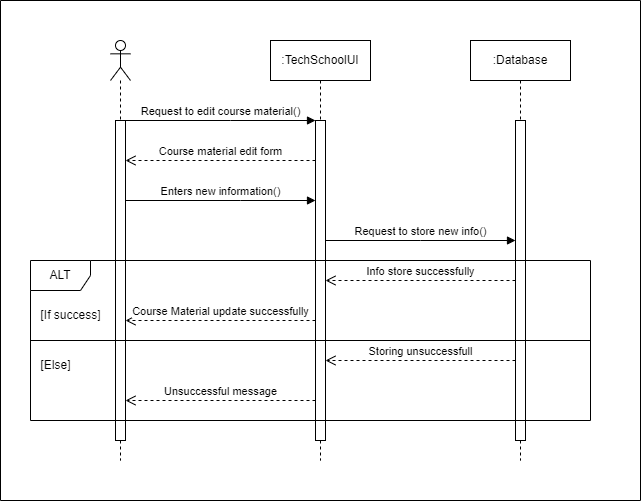
This is Materials/Sequence Diagrams/SD_Edit Course Material.png from iprosenjitp/Tech-School, a draw.io export, as it was before one commit. Source tidied: cells renumbered, new cells last; positions are measured from the earlier drawing's top-left corner, leaving out a move shared by most shapes. Its diagram source:
```xml
<mxGraphModel background="#ffffff">
  <root>
    <mxCell id="0" />
    <mxCell id="1" parent="0" />
    <mxCell id="2" style="shape=umlLifeline;perimeter=lifelinePerimeter;whiteSpace=wrap;html=1;newEdgeStyle={&quot;curved&quot;:0,&quot;rounded&quot;:0};participant=umlActor;" parent="1" vertex="1">
      <mxGeometry x="110" y="40" width="20" height="420" as="geometry" />
    </mxCell>
    <mxCell id="3" style="html=1;points=[[0,0,0,0,5],[0,1,0,0,-5],[1,0,0,0,5],[1,1,0,0,-5]];perimeter=orthogonalPerimeter;outlineConnect=0;targetShapes=umlLifeline;portConstraint=eastwest;newEdgeStyle={&quot;curved&quot;:0,&quot;rounded&quot;:0};" parent="2" vertex="1">
      <mxGeometry x="5" y="80" width="10" height="320" as="geometry" />
    </mxCell>
    <mxCell id="4" value=":TechSchoolUI" style="shape=umlLifeline;perimeter=lifelinePerimeter;whiteSpace=wrap;html=1;newEdgeStyle={&quot;curved&quot;:0,&quot;rounded&quot;:0};" parent="1" vertex="1">
      <mxGeometry x="270" y="40" width="100" height="420" as="geometry" />
    </mxCell>
    <mxCell id="5" style="html=1;points=[[0,0,0,0,5],[0,1,0,0,-5],[1,0,0,0,5],[1,1,0,0,-5]];perimeter=orthogonalPerimeter;outlineConnect=0;targetShapes=umlLifeline;portConstraint=eastwest;newEdgeStyle={&quot;curved&quot;:0,&quot;rounded&quot;:0};" parent="4" vertex="1">
      <mxGeometry x="45" y="80" width="10" height="320" as="geometry" />
    </mxCell>
    <mxCell id="6" value=":Database" style="shape=umlLifeline;perimeter=lifelinePerimeter;whiteSpace=wrap;html=1;newEdgeStyle={&quot;curved&quot;:0,&quot;rounded&quot;:0};" parent="1" vertex="1">
      <mxGeometry x="470" y="40" width="100" height="420" as="geometry" />
    </mxCell>
    <mxCell id="7" style="html=1;points=[[0,0,0,0,5],[0,1,0,0,-5],[1,0,0,0,5],[1,1,0,0,-5]];perimeter=orthogonalPerimeter;outlineConnect=0;targetShapes=umlLifeline;portConstraint=eastwest;newEdgeStyle={&quot;curved&quot;:0,&quot;rounded&quot;:0};" parent="6" vertex="1">
      <mxGeometry x="45" y="80" width="10" height="320" as="geometry" />
    </mxCell>
    <mxCell id="8" value="Request to edit course material()" style="html=1;verticalAlign=bottom;endArrow=block;curved=0;rounded=0;" parent="1" edge="1" source="3" target="5">
      <mxGeometry relative="1" as="geometry">
        <Array as="points">
          <mxPoint x="230" y="120" />
        </Array>
      </mxGeometry>
    </mxCell>
    <mxCell id="9" value="Course material edit form" style="html=1;verticalAlign=bottom;endArrow=open;dashed=1;endSize=8;curved=0;rounded=0;" parent="1" edge="1" source="5" target="3">
      <mxGeometry relative="1" as="geometry">
        <Array as="points">
          <mxPoint x="220" y="160" />
        </Array>
      </mxGeometry>
    </mxCell>
    <mxCell id="10" value="Enters new information()" style="html=1;verticalAlign=bottom;endArrow=block;curved=0;rounded=0;" parent="1" edge="1" source="3" target="5">
      <mxGeometry relative="1" as="geometry">
        <Array as="points">
          <mxPoint x="240" y="200" />
        </Array>
      </mxGeometry>
    </mxCell>
    <mxCell id="11" value="Request to store new info()" style="html=1;verticalAlign=bottom;endArrow=block;curved=0;rounded=0;" parent="1" edge="1" source="5" target="7">
      <mxGeometry relative="1" as="geometry">
        <Array as="points">
          <mxPoint x="420" y="240" />
        </Array>
      </mxGeometry>
    </mxCell>
    <mxCell id="12" value="ALT" style="shape=umlFrame;whiteSpace=wrap;html=1;" parent="1" vertex="1">
      <mxGeometry x="30" y="260" width="560" height="160" as="geometry" />
    </mxCell>
    <mxCell id="13" value="Info store successfully" style="html=1;verticalAlign=bottom;endArrow=open;dashed=1;endSize=8;curved=0;rounded=0;" parent="1" edge="1" source="7" target="5">
      <mxGeometry relative="1" as="geometry">
        <Array as="points">
          <mxPoint x="420" y="280" />
        </Array>
      </mxGeometry>
    </mxCell>
    <mxCell id="14" value="Course Material update successfully" style="html=1;verticalAlign=bottom;endArrow=open;dashed=1;endSize=8;curved=0;rounded=0;" parent="1" edge="1" source="5" target="3">
      <mxGeometry relative="1" as="geometry">
        <Array as="points">
          <mxPoint x="220" y="320" />
        </Array>
      </mxGeometry>
    </mxCell>
    <mxCell id="15" value="Storing unsuccessfull" style="html=1;verticalAlign=bottom;endArrow=open;dashed=1;endSize=8;curved=0;rounded=0;" parent="1" edge="1">
      <mxGeometry relative="1" as="geometry">
        <mxPoint x="515" y="360" as="sourcePoint" />
        <mxPoint x="325" y="360" as="targetPoint" />
      </mxGeometry>
    </mxCell>
    <mxCell id="16" value="Unsuccessful message" style="html=1;verticalAlign=bottom;endArrow=open;dashed=1;endSize=8;curved=0;rounded=0;" parent="1" edge="1" source="5" target="3">
      <mxGeometry relative="1" as="geometry">
        <Array as="points">
          <mxPoint x="220" y="400" />
        </Array>
      </mxGeometry>
    </mxCell>
    <mxCell id="17" style="swimlane;startSize=0;" parent="1" vertex="1">
      <mxGeometry width="640" height="500" as="geometry" />
    </mxCell>
    <mxCell id="18" value="[If success]" style="text;html=1;align=center;verticalAlign=middle;strokeColor=none;fillColor=none;" parent="17" vertex="1">
      <mxGeometry x="30" y="300" width="80" height="30" as="geometry" />
    </mxCell>
    <mxCell id="19" value="[Else]" style="text;html=1;align=center;verticalAlign=middle;strokeColor=none;fillColor=none;" parent="17" vertex="1">
      <mxGeometry x="30" y="350" width="50" height="30" as="geometry" />
    </mxCell>
    <mxCell id="20" style="line;strokeWidth=1;fillColor=none;align=left;verticalAlign=middle;spacingTop=-1;spacingLeft=3;spacingRight=3;labelPosition=right;strokeColor=inherit;" parent="1" vertex="1">
      <mxGeometry x="30" y="336" width="560" height="8" as="geometry" />
    </mxCell>
  </root>
</mxGraphModel>
```
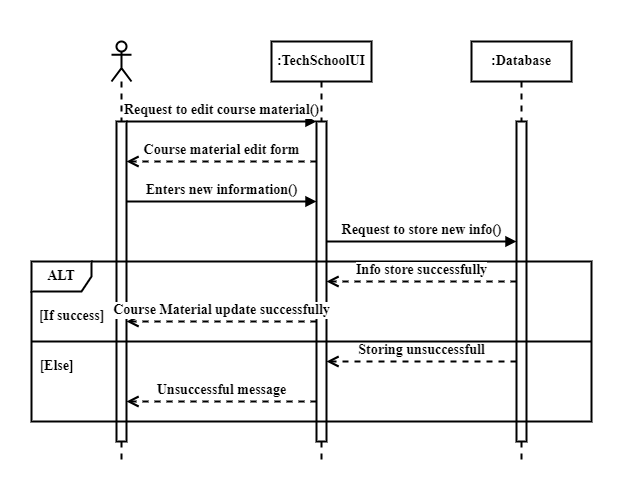
Later version of the same file.

Diff of the diagram source:
```diff
@@ -2,92 +2,92 @@
   <root>
     <mxCell id="0" />
     <mxCell id="1" parent="0" />
-    <mxCell id="2" style="shape=umlLifeline;perimeter=lifelinePerimeter;whiteSpace=wrap;html=1;newEdgeStyle={&quot;curved&quot;:0,&quot;rounded&quot;:0};participant=umlActor;" parent="1" vertex="1">
+    <mxCell id="2" style="shape=umlLifeline;perimeter=lifelinePerimeter;whiteSpace=wrap;html=1;newEdgeStyle={&quot;curved&quot;:0,&quot;rounded&quot;:0};participant=umlActor;strokeWidth=2;fontFamily=Times New Roman;fontStyle=1;fontSize=14;" parent="1" vertex="1">
       <mxGeometry x="110" y="40" width="20" height="420" as="geometry" />
     </mxCell>
-    <mxCell id="3" style="html=1;points=[[0,0,0,0,5],[0,1,0,0,-5],[1,0,0,0,5],[1,1,0,0,-5]];perimeter=orthogonalPerimeter;outlineConnect=0;targetShapes=umlLifeline;portConstraint=eastwest;newEdgeStyle={&quot;curved&quot;:0,&quot;rounded&quot;:0};" parent="2" vertex="1">
+    <mxCell id="3" style="html=1;points=[[0,0,0,0,5],[0,1,0,0,-5],[1,0,0,0,5],[1,1,0,0,-5]];perimeter=orthogonalPerimeter;outlineConnect=0;targetShapes=umlLifeline;portConstraint=eastwest;newEdgeStyle={&quot;curved&quot;:0,&quot;rounded&quot;:0};strokeWidth=2;fontFamily=Times New Roman;fontStyle=1;fontSize=14;" parent="2" vertex="1">
       <mxGeometry x="5" y="80" width="10" height="320" as="geometry" />
     </mxCell>
-    <mxCell id="4" value=":TechSchoolUI" style="shape=umlLifeline;perimeter=lifelinePerimeter;whiteSpace=wrap;html=1;newEdgeStyle={&quot;curved&quot;:0,&quot;rounded&quot;:0};" parent="1" vertex="1">
+    <mxCell id="4" value=":TechSchoolUI" style="shape=umlLifeline;perimeter=lifelinePerimeter;whiteSpace=wrap;html=1;newEdgeStyle={&quot;curved&quot;:0,&quot;rounded&quot;:0};strokeWidth=2;fontFamily=Times New Roman;fontStyle=1;fontSize=14;" parent="1" vertex="1">
       <mxGeometry x="270" y="40" width="100" height="420" as="geometry" />
     </mxCell>
-    <mxCell id="5" style="html=1;points=[[0,0,0,0,5],[0,1,0,0,-5],[1,0,0,0,5],[1,1,0,0,-5]];perimeter=orthogonalPerimeter;outlineConnect=0;targetShapes=umlLifeline;portConstraint=eastwest;newEdgeStyle={&quot;curved&quot;:0,&quot;rounded&quot;:0};" parent="4" vertex="1">
+    <mxCell id="5" style="html=1;points=[[0,0,0,0,5],[0,1,0,0,-5],[1,0,0,0,5],[1,1,0,0,-5]];perimeter=orthogonalPerimeter;outlineConnect=0;targetShapes=umlLifeline;portConstraint=eastwest;newEdgeStyle={&quot;curved&quot;:0,&quot;rounded&quot;:0};strokeWidth=2;fontFamily=Times New Roman;fontStyle=1;fontSize=14;" parent="4" vertex="1">
       <mxGeometry x="45" y="80" width="10" height="320" as="geometry" />
     </mxCell>
-    <mxCell id="6" value=":Database" style="shape=umlLifeline;perimeter=lifelinePerimeter;whiteSpace=wrap;html=1;newEdgeStyle={&quot;curved&quot;:0,&quot;rounded&quot;:0};" parent="1" vertex="1">
+    <mxCell id="6" value=":Database" style="shape=umlLifeline;perimeter=lifelinePerimeter;whiteSpace=wrap;html=1;newEdgeStyle={&quot;curved&quot;:0,&quot;rounded&quot;:0};strokeWidth=2;fontFamily=Times New Roman;fontStyle=1;fontSize=14;" parent="1" vertex="1">
       <mxGeometry x="470" y="40" width="100" height="420" as="geometry" />
     </mxCell>
-    <mxCell id="7" style="html=1;points=[[0,0,0,0,5],[0,1,0,0,-5],[1,0,0,0,5],[1,1,0,0,-5]];perimeter=orthogonalPerimeter;outlineConnect=0;targetShapes=umlLifeline;portConstraint=eastwest;newEdgeStyle={&quot;curved&quot;:0,&quot;rounded&quot;:0};" parent="6" vertex="1">
+    <mxCell id="7" style="html=1;points=[[0,0,0,0,5],[0,1,0,0,-5],[1,0,0,0,5],[1,1,0,0,-5]];perimeter=orthogonalPerimeter;outlineConnect=0;targetShapes=umlLifeline;portConstraint=eastwest;newEdgeStyle={&quot;curved&quot;:0,&quot;rounded&quot;:0};strokeWidth=2;fontFamily=Times New Roman;fontStyle=1;fontSize=14;" parent="6" vertex="1">
       <mxGeometry x="45" y="80" width="10" height="320" as="geometry" />
     </mxCell>
-    <mxCell id="8" value="Request to edit course material()" style="html=1;verticalAlign=bottom;endArrow=block;curved=0;rounded=0;" parent="1" edge="1" source="3" target="5">
+    <mxCell id="8" value="Request to edit course material()" style="html=1;verticalAlign=bottom;endArrow=block;curved=0;rounded=0;strokeWidth=2;fontFamily=Times New Roman;fontStyle=1;fontSize=14;" parent="1" edge="1" source="3" target="5">
       <mxGeometry relative="1" as="geometry">
         <Array as="points">
           <mxPoint x="230" y="120" />
         </Array>
       </mxGeometry>
     </mxCell>
-    <mxCell id="9" value="Course material edit form" style="html=1;verticalAlign=bottom;endArrow=open;dashed=1;endSize=8;curved=0;rounded=0;" parent="1" edge="1" source="5" target="3">
+    <mxCell id="9" value="Course material edit form" style="html=1;verticalAlign=bottom;endArrow=open;dashed=1;endSize=8;curved=0;rounded=0;strokeWidth=2;fontFamily=Times New Roman;fontStyle=1;fontSize=14;" parent="1" edge="1" source="5" target="3">
       <mxGeometry relative="1" as="geometry">
         <Array as="points">
           <mxPoint x="220" y="160" />
         </Array>
       </mxGeometry>
     </mxCell>
-    <mxCell id="10" value="Enters new information()" style="html=1;verticalAlign=bottom;endArrow=block;curved=0;rounded=0;" parent="1" edge="1" source="3" target="5">
+    <mxCell id="10" value="Enters new information()" style="html=1;verticalAlign=bottom;endArrow=block;curved=0;rounded=0;strokeWidth=2;fontFamily=Times New Roman;fontStyle=1;fontSize=14;" parent="1" edge="1" source="3" target="5">
       <mxGeometry relative="1" as="geometry">
         <Array as="points">
           <mxPoint x="240" y="200" />
         </Array>
       </mxGeometry>
     </mxCell>
-    <mxCell id="11" value="Request to store new info()" style="html=1;verticalAlign=bottom;endArrow=block;curved=0;rounded=0;" parent="1" edge="1" source="5" target="7">
+    <mxCell id="11" value="Request to store new info()" style="html=1;verticalAlign=bottom;endArrow=block;curved=0;rounded=0;strokeWidth=2;fontFamily=Times New Roman;fontStyle=1;fontSize=14;" parent="1" edge="1" source="5" target="7">
       <mxGeometry relative="1" as="geometry">
         <Array as="points">
           <mxPoint x="420" y="240" />
         </Array>
       </mxGeometry>
     </mxCell>
-    <mxCell id="12" value="ALT" style="shape=umlFrame;whiteSpace=wrap;html=1;" parent="1" vertex="1">
+    <mxCell id="12" value="ALT" style="shape=umlFrame;whiteSpace=wrap;html=1;strokeWidth=2;fontFamily=Times New Roman;fontStyle=1;fontSize=14;" parent="1" vertex="1">
       <mxGeometry x="30" y="260" width="560" height="160" as="geometry" />
     </mxCell>
-    <mxCell id="13" value="Info store successfully" style="html=1;verticalAlign=bottom;endArrow=open;dashed=1;endSize=8;curved=0;rounded=0;" parent="1" edge="1" source="7" target="5">
+    <mxCell id="13" value="Info store successfully" style="html=1;verticalAlign=bottom;endArrow=open;dashed=1;endSize=8;curved=0;rounded=0;strokeWidth=2;fontFamily=Times New Roman;fontStyle=1;fontSize=14;" parent="1" edge="1" source="7" target="5">
       <mxGeometry relative="1" as="geometry">
         <Array as="points">
           <mxPoint x="420" y="280" />
         </Array>
       </mxGeometry>
     </mxCell>
-    <mxCell id="14" value="Course Material update successfully" style="html=1;verticalAlign=bottom;endArrow=open;dashed=1;endSize=8;curved=0;rounded=0;" parent="1" edge="1" source="5" target="3">
+    <mxCell id="14" value="Course Material update successfully" style="html=1;verticalAlign=bottom;endArrow=open;dashed=1;endSize=8;curved=0;rounded=0;strokeWidth=2;fontFamily=Times New Roman;fontStyle=1;fontSize=14;" parent="1" edge="1" source="5" target="3">
       <mxGeometry relative="1" as="geometry">
         <Array as="points">
           <mxPoint x="220" y="320" />
         </Array>
       </mxGeometry>
     </mxCell>
-    <mxCell id="15" value="Storing unsuccessfull" style="html=1;verticalAlign=bottom;endArrow=open;dashed=1;endSize=8;curved=0;rounded=0;" parent="1" edge="1">
+    <mxCell id="15" value="Storing unsuccessfull" style="html=1;verticalAlign=bottom;endArrow=open;dashed=1;endSize=8;curved=0;rounded=0;strokeWidth=2;fontFamily=Times New Roman;fontStyle=1;fontSize=14;" parent="1" edge="1">
       <mxGeometry relative="1" as="geometry">
         <mxPoint x="515" y="360" as="sourcePoint" />
         <mxPoint x="325" y="360" as="targetPoint" />
       </mxGeometry>
     </mxCell>
-    <mxCell id="16" value="Unsuccessful message" style="html=1;verticalAlign=bottom;endArrow=open;dashed=1;endSize=8;curved=0;rounded=0;" parent="1" edge="1" source="5" target="3">
+    <mxCell id="16" value="Unsuccessful message" style="html=1;verticalAlign=bottom;endArrow=open;dashed=1;endSize=8;curved=0;rounded=0;strokeWidth=2;fontFamily=Times New Roman;fontStyle=1;fontSize=14;" parent="1" edge="1" source="5" target="3">
       <mxGeometry relative="1" as="geometry">
         <Array as="points">
           <mxPoint x="220" y="400" />
         </Array>
       </mxGeometry>
     </mxCell>
-    <mxCell id="17" style="swimlane;startSize=0;" parent="1" vertex="1">
+    <mxCell id="17" style="swimlane;startSize=0;strokeWidth=2;fontFamily=Times New Roman;fontStyle=1;fontSize=14;strokeColor=#FFFFFF;" parent="1" vertex="1">
       <mxGeometry width="640" height="500" as="geometry" />
     </mxCell>
-    <mxCell id="18" value="[If success]" style="text;html=1;align=center;verticalAlign=middle;strokeColor=none;fillColor=none;" parent="17" vertex="1">
-      <mxGeometry x="30" y="300" width="80" height="30" as="geometry" />
+    <mxCell id="18" value="[If success]" style="text;html=1;align=center;verticalAlign=middle;strokeColor=none;fillColor=none;strokeWidth=2;fontFamily=Times New Roman;fontStyle=1;fontSize=14;" parent="17" vertex="1">
+      <mxGeometry x="25" y="300" width="90" height="30" as="geometry" />
     </mxCell>
-    <mxCell id="19" value="[Else]" style="text;html=1;align=center;verticalAlign=middle;strokeColor=none;fillColor=none;" parent="17" vertex="1">
-      <mxGeometry x="30" y="350" width="50" height="30" as="geometry" />
+    <mxCell id="19" value="[Else]" style="text;html=1;align=center;verticalAlign=middle;strokeColor=none;fillColor=none;strokeWidth=2;fontFamily=Times New Roman;fontStyle=1;fontSize=14;" parent="17" vertex="1">
+      <mxGeometry x="25" y="350" width="60" height="30" as="geometry" />
     </mxCell>
-    <mxCell id="20" style="line;strokeWidth=1;fillColor=none;align=left;verticalAlign=middle;spacingTop=-1;spacingLeft=3;spacingRight=3;labelPosition=right;strokeColor=inherit;" parent="1" vertex="1">
+    <mxCell id="20" style="line;strokeWidth=2;fillColor=none;align=left;verticalAlign=middle;spacingTop=-1;spacingLeft=3;spacingRight=3;labelPosition=right;strokeColor=inherit;fontFamily=Times New Roman;fontStyle=1;fontSize=14;" parent="1" vertex="1">
       <mxGeometry x="30" y="336" width="560" height="8" as="geometry" />
     </mxCell>
   </root>
```
